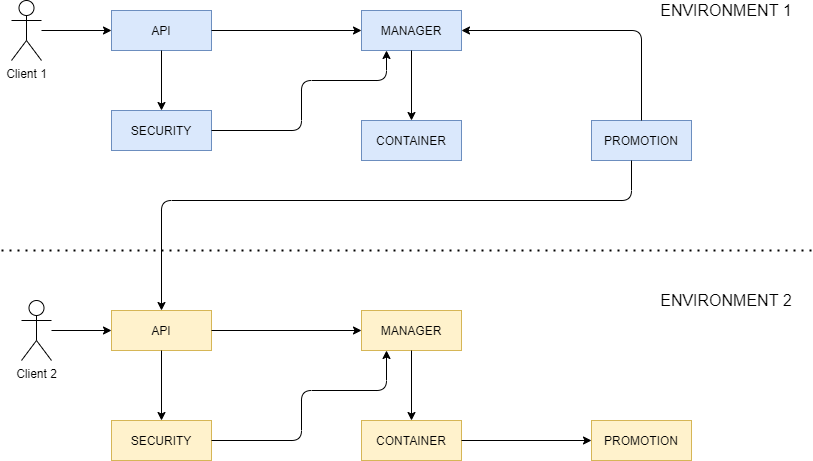
Earlier version of the draw.io export resources/img/service_register.png (p2key/p2key-service-register). Source tidied: cells renumbered, new cells last; positions are measured from the earlier drawing's top-left corner, leaving out a move shared by most shapes.
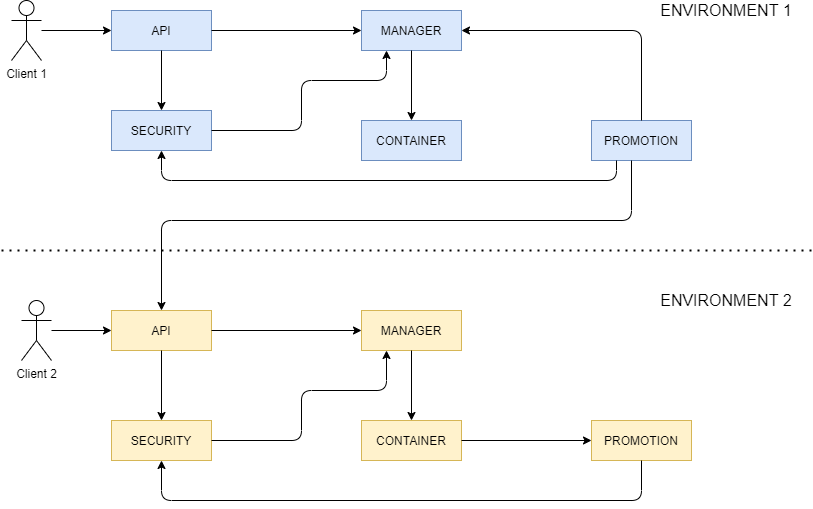
After the change.

Commit message:
Added direction promotion to security component

Change to the diagram source:
```diff
@@ -44,8 +44,8 @@
     <mxCell id="15" style="endArrow=classic;html=1;exitX=0.4;exitY=1;exitDx=0;exitDy=0;exitPerimeter=0;entryX=0.5;entryY=0;entryDx=0;entryDy=0;" parent="1" edge="1" source="5" target="8">
       <mxGeometry relative="1" as="geometry">
         <Array as="points">
-          <mxPoint x="630" y="200" />
-          <mxPoint x="160" y="200" />
+          <mxPoint x="630" y="220" />
+          <mxPoint x="160" y="220" />
         </Array>
       </mxGeometry>
     </mxCell>
@@ -111,5 +111,21 @@
     <mxCell id="29" style="endArrow=classic;html=1;entryX=0;entryY=0.5;entryDx=0;entryDy=0;" parent="1" edge="1" source="27" target="8">
       <mxGeometry relative="1" as="geometry" />
     </mxCell>
+    <mxCell id="30" style="endArrow=classic;html=1;exitX=0.25;exitY=1;exitDx=0;exitDy=0;entryX=0.5;entryY=1;entryDx=0;entryDy=0;" parent="1" edge="1" source="5" target="22">
+      <mxGeometry relative="1" as="geometry">
+        <Array as="points">
+          <mxPoint x="615" y="180" />
+          <mxPoint x="160" y="180" />
+        </Array>
+      </mxGeometry>
+    </mxCell>
+    <mxCell id="31" style="endArrow=classic;html=1;exitX=0.5;exitY=1;exitDx=0;exitDy=0;entryX=0.5;entryY=1;entryDx=0;entryDy=0;" parent="1" edge="1" source="11" target="20">
+      <mxGeometry relative="1" as="geometry">
+        <Array as="points">
+          <mxPoint x="640" y="500" />
+          <mxPoint x="160" y="500" />
+        </Array>
+      </mxGeometry>
+    </mxCell>
   </root>
 </mxGraphModel>
```
